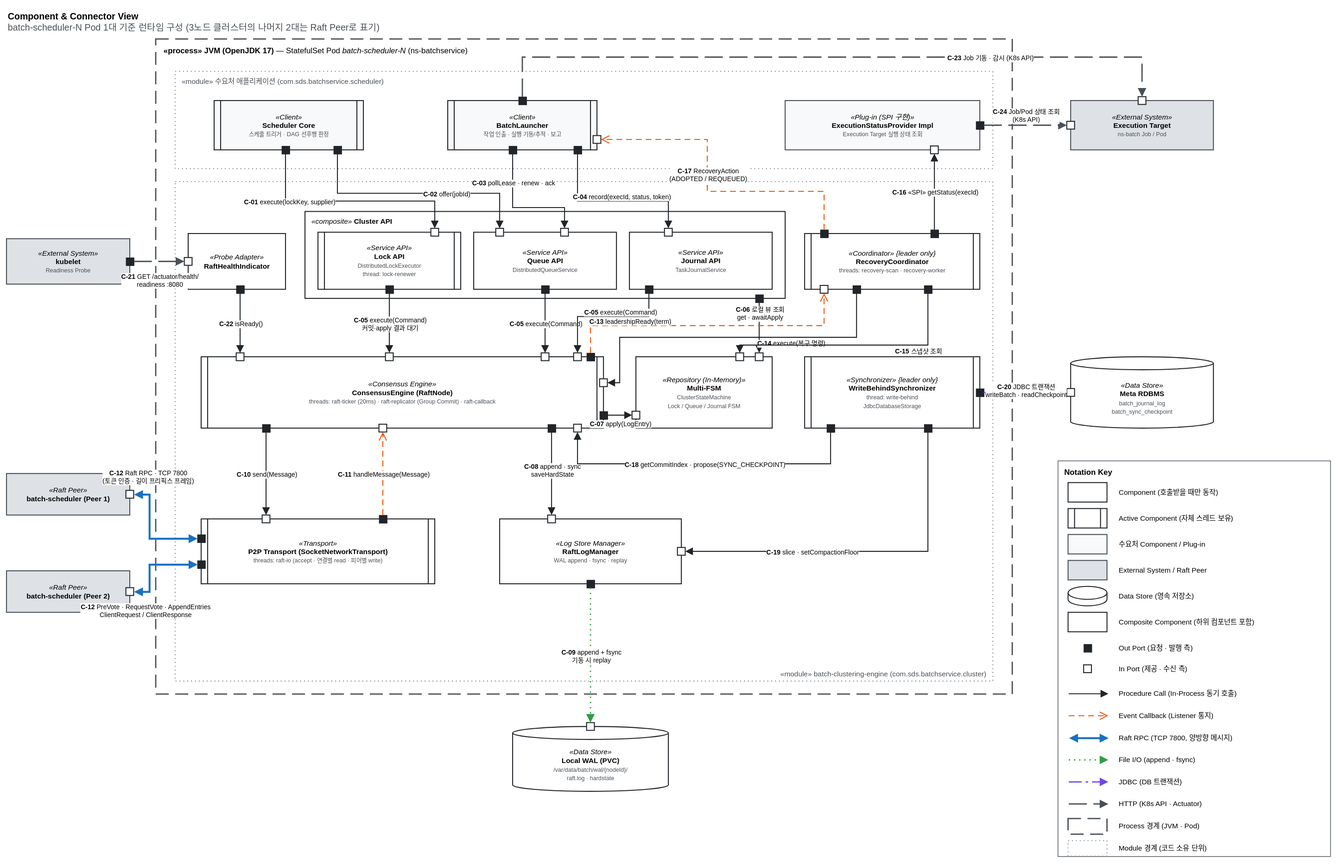
Above: assets/drawio/5.3.1 Component and Connector View.svg in reddiana/a-cert (draw.io), before the change. Source tidied: cells renumbered, new cells last; positions are measured from the earlier drawing's top-left corner, leaving out a move shared by most shapes.
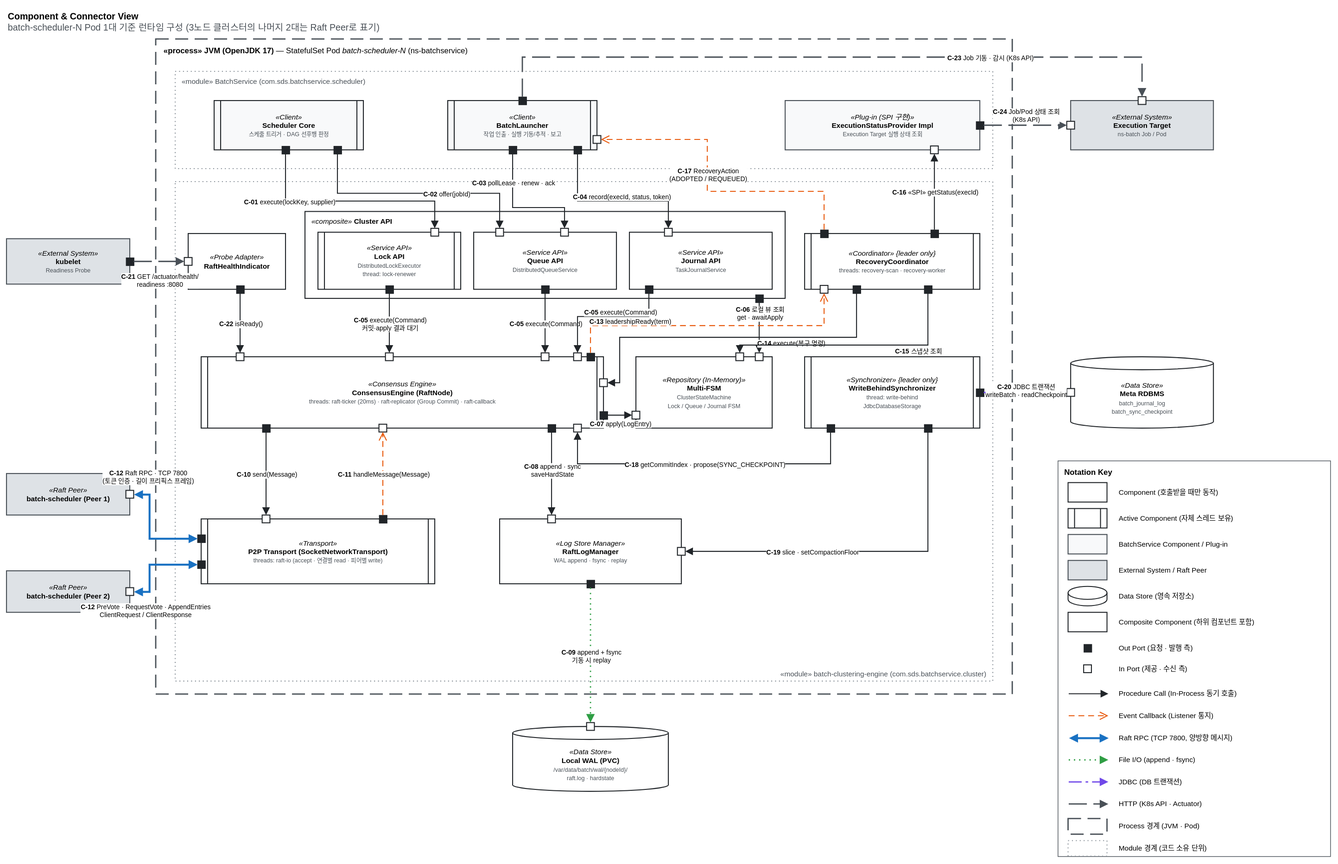
Above is the later version.

The edit, as a diff of the source:
```diff
@@ -8,7 +8,7 @@
     <mxCell id="3" value="&lt;b&gt;«process» JVM (OpenJDK 17)&lt;/b&gt; — StatefulSet Pod &lt;i&gt;batch-scheduler-N&lt;/i&gt; (ns-batchservice)" style="html=1;whiteSpace=wrap;fontFamily=Helvetica;fontSize=12;rounded=0;fillColor=none;strokeColor=#495057;dashed=1;dashPattern=10 5;strokeWidth=2;align=left;verticalAlign=top;spacingLeft=10;spacingTop=4;" parent="1" vertex="1">
       <mxGeometry x="230" y="50" width="1320" height="1010" as="geometry" />
     </mxCell>
-    <mxCell id="4" value="«module» 수요처 애플리케이션 (com.sds.batchservice.scheduler)" style="html=1;whiteSpace=wrap;fontFamily=Helvetica;fontSize=11;rounded=0;fillColor=none;strokeColor=#868e96;dashed=1;dashPattern=1 3;strokeWidth=1.5;align=left;verticalAlign=top;spacingLeft=8;spacingTop=2;fontColor=#495057;" parent="1" vertex="1">
+    <mxCell id="4" value="«module» BatchService (com.sds.batchservice.scheduler)" style="html=1;whiteSpace=wrap;fontFamily=Helvetica;fontSize=11;rounded=0;fillColor=none;strokeColor=#868e96;dashed=1;dashPattern=1 3;strokeWidth=1.5;align=left;verticalAlign=top;spacingLeft=8;spacingTop=2;fontColor=#495057;" parent="1" vertex="1">
       <mxGeometry x="260" y="100" width="1260" height="150" as="geometry" />
     </mxCell>
     <mxCell id="5" value="«module» batch-clustering-engine (com.sds.batchservice.cluster)" style="html=1;whiteSpace=wrap;fontFamily=Helvetica;fontSize=11;rounded=0;fillColor=none;strokeColor=#868e96;dashed=1;dashPattern=1 3;strokeWidth=1.5;align=right;verticalAlign=bottom;spacingLeft=8;spacingTop=2;fontColor=#495057;spacingRight=8;spacingBottom=2;" parent="1" vertex="1">
@@ -509,7 +509,7 @@
     <mxCell id="139" style="html=1;whiteSpace=wrap;fontFamily=Helvetica;fontSize=11;verticalAlign=middle;align=center;rounded=0;fillColor=#f8f9fa;strokeColor=#495057;strokeWidth=1.5;" parent="1" vertex="1">
       <mxGeometry x="1636" y="814" width="60" height="30" as="geometry" />
     </mxCell>
-    <mxCell id="140" value="수요처 Component / Plug-in" style="text;html=1;align=left;verticalAlign=middle;fontFamily=Helvetica;fontSize=11;whiteSpace=wrap;" parent="1" vertex="1">
+    <mxCell id="140" value="BatchService Component / Plug-in" style="text;html=1;align=left;verticalAlign=middle;fontFamily=Helvetica;fontSize=11;whiteSpace=wrap;" parent="1" vertex="1">
       <mxGeometry x="1712" y="814" width="320" height="30" as="geometry" />
     </mxCell>
     <mxCell id="141" style="html=1;whiteSpace=wrap;fontFamily=Helvetica;fontSize=11;verticalAlign=middle;align=center;rounded=0;fillColor=#dee2e6;strokeColor=#495057;strokeWidth=1.5;" parent="1" vertex="1">
```
